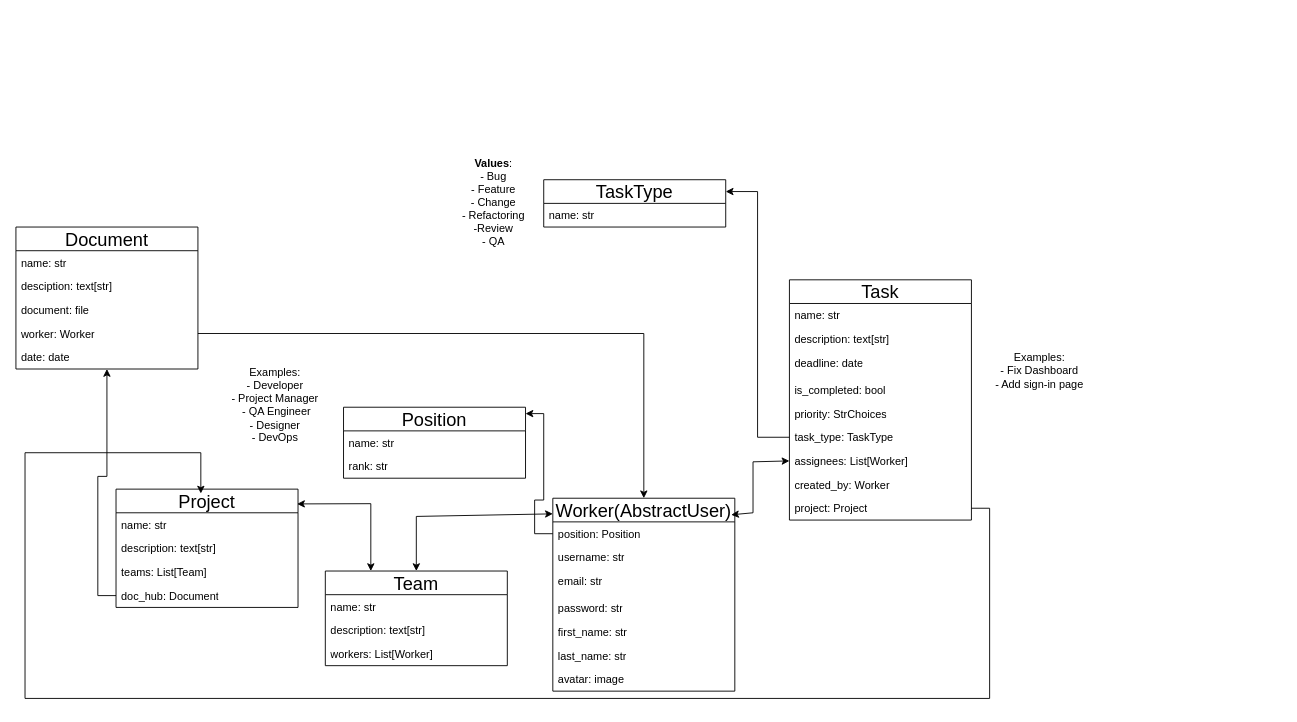
Before: database_models.drawio in 4Dream-UA/Space.4Dream, a draw.io diagram. Source tidied: cells renumbered, new cells numbered last; positions are measured from the earlier drawing's top-left corner, leaving out a move shared by most shapes. Both pictures are drawn from the tidied source at 91%, with x=0, y=0 at pixel (15, 15).
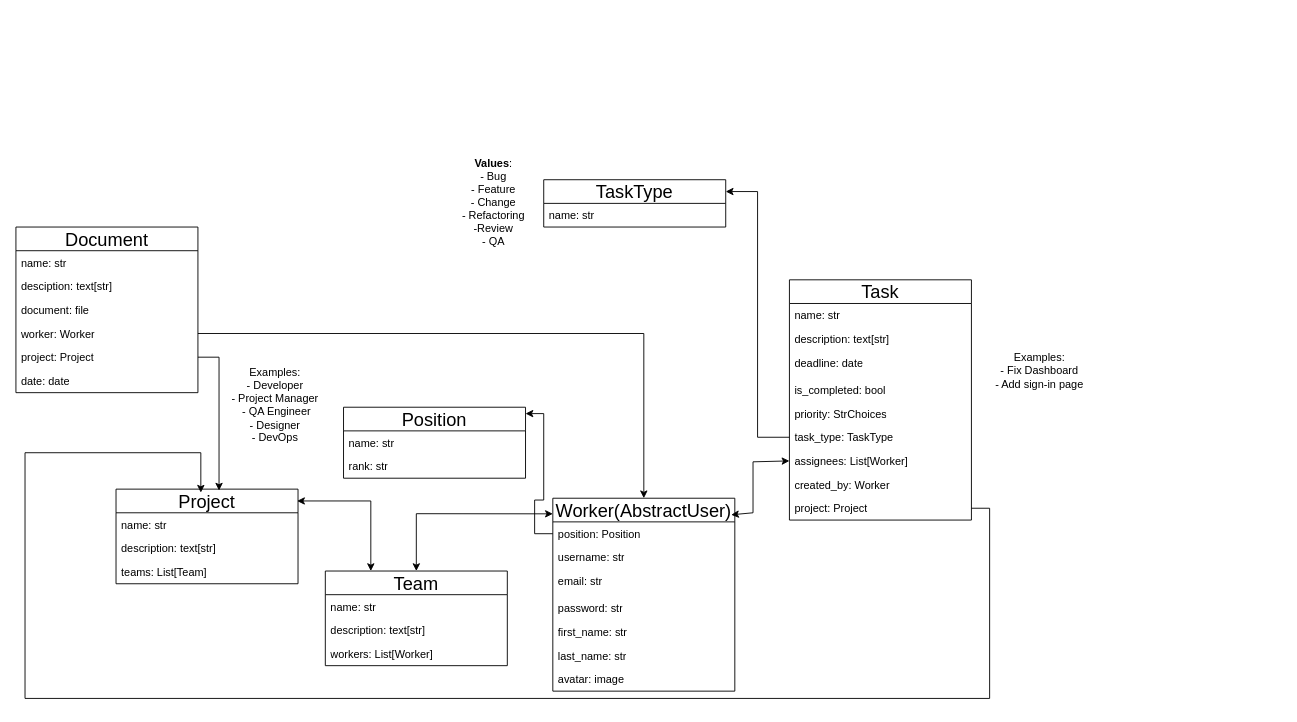
Above is the later version.

Commit message:
Fix relations for projects-documents models

The change refers to these unchanged cells:
```xml
<mxCell id="12" value="Worker(AbstractUser)" style="swimlane;fontStyle=0;horizontal=1;startSize=26;fillColor=none;whiteSpace=wrap;html=1;fontSize=20;" parent="1" vertex="1">
  <mxGeometry x="590" y="530" width="200" height="212" as="geometry" />
</mxCell>
<mxCell id="28" value="Team" style="swimlane;fontStyle=0;horizontal=1;startSize=26;fillColor=none;whiteSpace=wrap;html=1;fontSize=20;" parent="1" vertex="1">
  <mxGeometry x="340" y="610" width="200" height="104" as="geometry" />
</mxCell>
```

What changed in the source:
```diff
@@
     <mxCell id="32" style="endArrow=classic;startArrow=classic;html=1;rounded=0;entryX=0;entryY=0.081;entryDx=0;entryDy=0;entryPerimeter=0;exitX=0.5;exitY=0;exitDx=0;exitDy=0;" parent="1" edge="1" source="28" target="12">
       <mxGeometry relative="1" as="geometry">
         <Array as="points">
-          <mxPoint x="440" y="550" />
+          <mxPoint x="440" y="547" />
         </Array>
       </mxGeometry>
     </mxCell>
     <mxCell id="33" value="Project" style="swimlane;fontStyle=0;horizontal=1;startSize=26;fillColor=none;whiteSpace=wrap;html=1;fontSize=20;" parent="1" vertex="1">
-      <mxGeometry x="110" y="520" width="200" height="130" as="geometry" />
+      <mxGeometry x="110" y="520" width="200" height="104" as="geometry" />
     </mxCell>
@@
-    <mxCell id="37" value="doc_hub: Document" style="text;strokeColor=none;fillColor=none;align=left;verticalAlign=top;spacingLeft=4;spacingRight=4;overflow=hidden;points=[[0,0.5],[1,0.5]];portConstraint=eastwest;whiteSpace=wrap;html=1;" parent="33" vertex="1">
-      <mxGeometry y="104" width="200" height="26" as="geometry" />
-    </mxCell>
     <mxCell id="38" style="endArrow=classic;startArrow=classic;html=1;rounded=0;exitX=0.995;exitY=0.125;exitDx=0;exitDy=0;exitPerimeter=0;entryX=0.25;entryY=0;entryDx=0;entryDy=0;" parent="1" edge="1" source="33" target="28">
       <mxGeometry relative="1" as="geometry">
         <Array as="points">
-          <mxPoint x="390" y="536" />
+          <mxPoint x="390" y="533" />
         </Array>
       </mxGeometry>
     </mxCell>
@@
     <mxCell id="42" value="Document" style="swimlane;fontStyle=0;horizontal=1;startSize=26;fillColor=none;whiteSpace=wrap;html=1;fontSize=20;" parent="1" vertex="1">
-      <mxGeometry y="232" width="200" height="156" as="geometry" />
+      <mxGeometry y="232" width="200" height="182" as="geometry" />
     </mxCell>
@@
+    <mxCell id="51" value="project: Project" style="text;strokeColor=none;fillColor=none;align=left;verticalAlign=top;spacingLeft=4;spacingRight=4;overflow=hidden;points=[[0,0.5],[1,0.5]];portConstraint=eastwest;whiteSpace=wrap;html=1;" parent="42" vertex="1">
+      <mxGeometry y="130" width="200" height="26" as="geometry" />
+    </mxCell>
     <mxCell id="47" value="date: date" style="text;strokeColor=none;fillColor=none;align=left;verticalAlign=top;spacingLeft=4;spacingRight=4;overflow=hidden;whiteSpace=wrap;html=1;" parent="42" vertex="1">
-      <mxGeometry y="130" width="200" height="26" as="geometry" />
+      <mxGeometry y="156" width="200" height="26" as="geometry" />
     </mxCell>
-    <mxCell id="48" style="edgeStyle=orthogonalEdgeStyle;rounded=0;jettySize=auto;html=1;" parent="1" edge="1" source="37" target="42">
-      <mxGeometry relative="1" as="geometry" />
-    </mxCell>
@@
+    <mxCell id="52" style="edgeStyle=orthogonalEdgeStyle;rounded=0;jettySize=auto;html=1;entryX=0.566;entryY=0.015;entryDx=0;entryDy=0;entryPerimeter=0;" parent="1" edge="1" source="51" target="33">
+      <mxGeometry relative="1" as="geometry" />
+    </mxCell>
```
